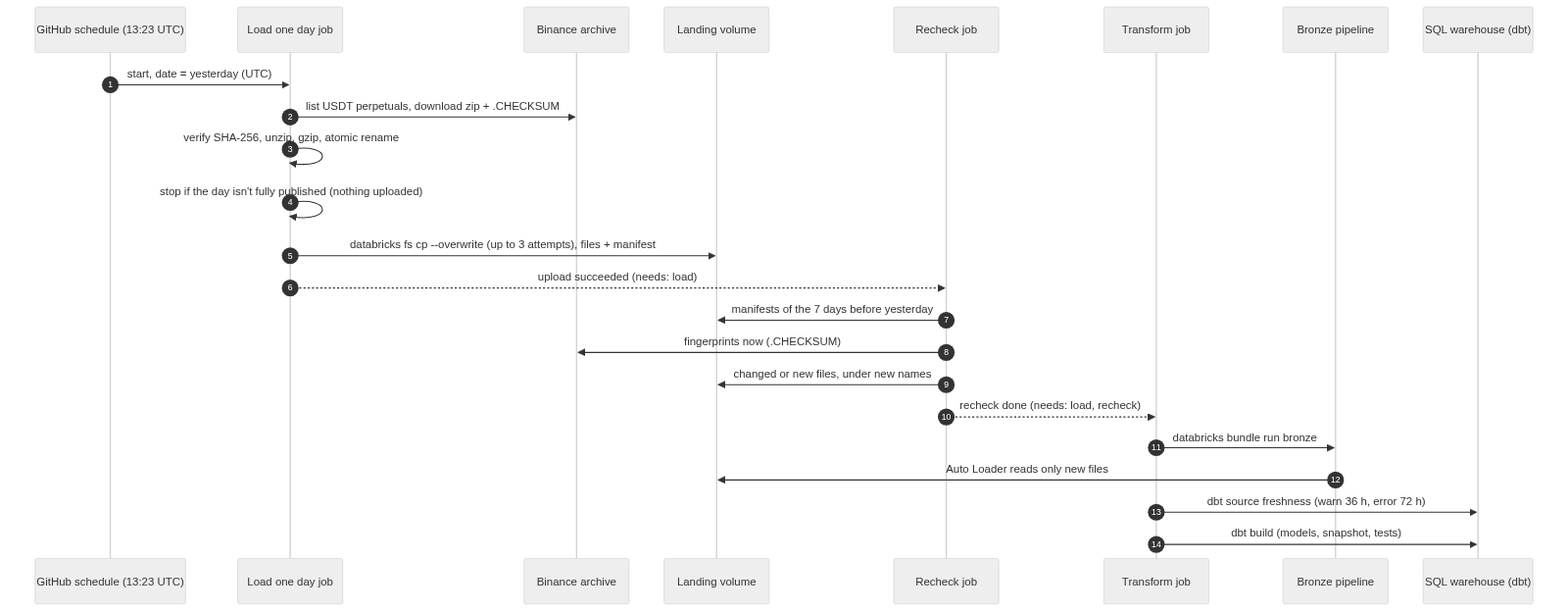
The Mermaid diagram docs/images/diagrams/daily-run.png in shivam65-sketch/medusa, before a commit. Its source is kept beside it as docs/diagrams/daily-run.mmd.
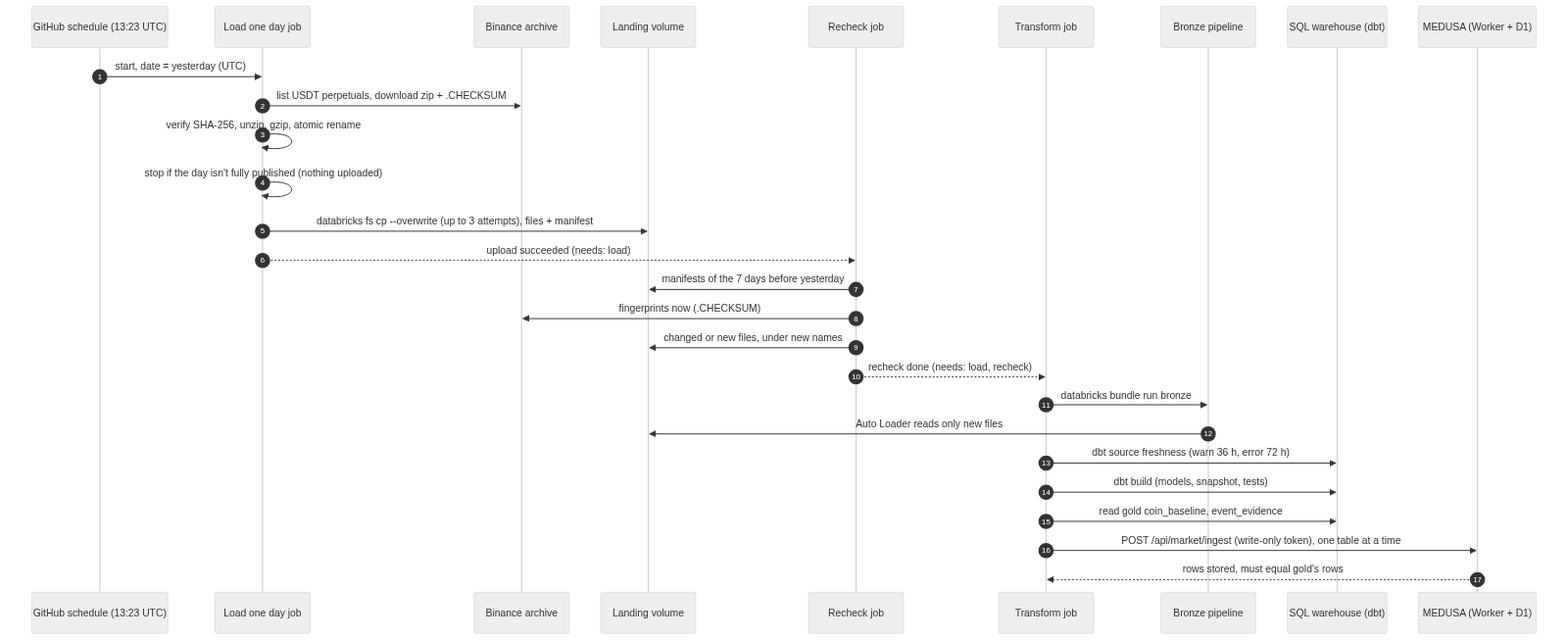
The same diagram one commit later.

Change to the diagram source:
```diff
@@ -9,6 +9,7 @@
   participant T as Transform job
   participant P as Bronze pipeline
   participant W as SQL warehouse (dbt)
+  participant M as MEDUSA (Worker + D1)
   S->>L: start, date = yesterday (UTC)
   L->>B: list USDT perpetuals, download zip + .CHECKSUM
   L->>L: verify SHA-256, unzip, gzip, atomic rename
@@ -23,3 +24,6 @@
   P->>V: Auto Loader reads only new files
   T->>W: dbt source freshness (warn 36 h, error 72 h)
   T->>W: dbt build (models, snapshot, tests)
+  T->>W: read gold coin_baseline, event_evidence
+  T->>M: POST /api/market/ingest (write-only token), one table at a time
+  M-->>T: rows stored, must equal gold's rows
```
